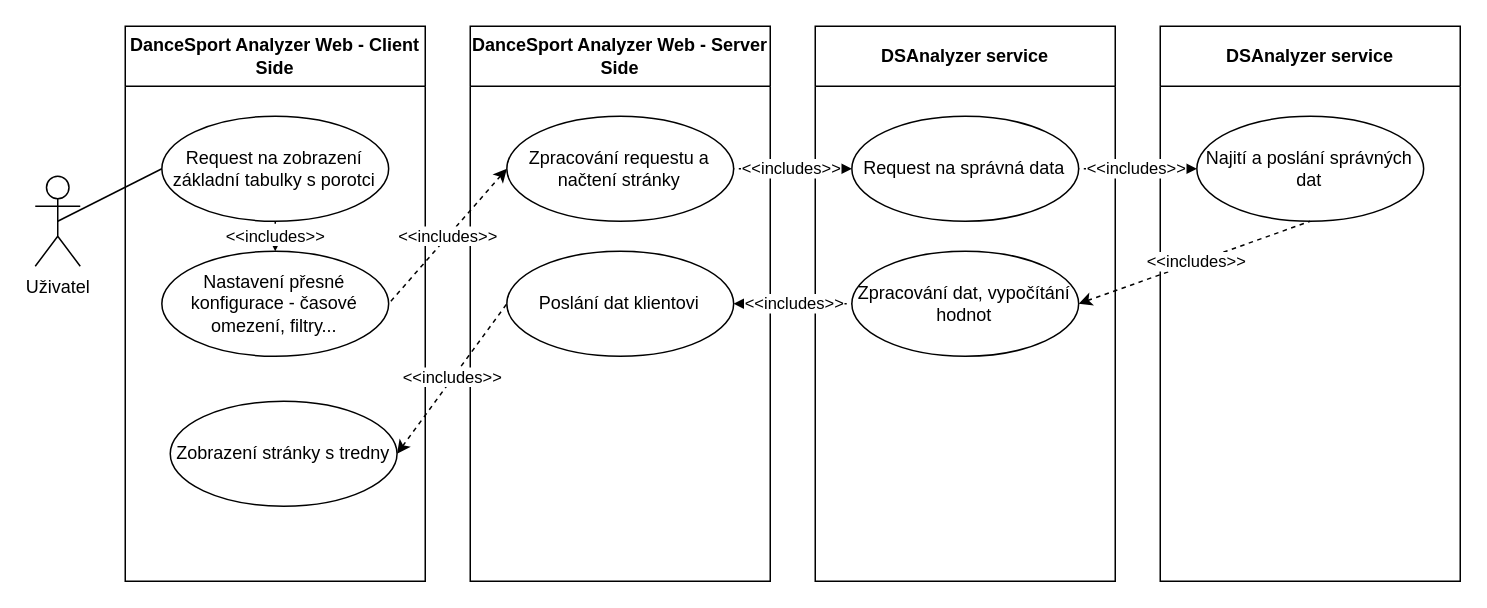
Earlier version of the draw.io diagram Zadání/Use Case Diagrams/Use case diagrams editable/Use case - přesné zadání hodnocení porotců.drawio (vhellmich/DSAnalyzer). Source tidied: cells renumbered, new cells numbered last; positions are measured from the earlier drawing's top-left corner, leaving out a move shared by most shapes. Both pictures are drawn from the tidied source at 150%, with x=0, y=0 at pixel (34, 26).
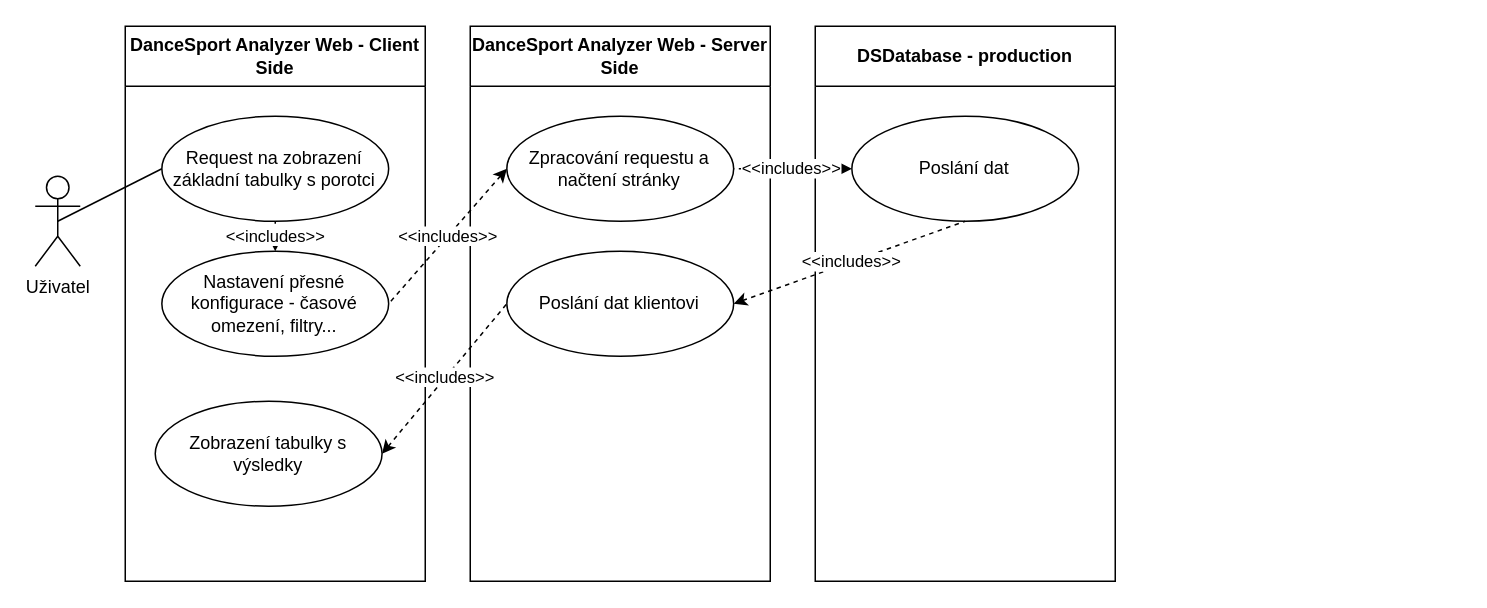
Above is the later version.

The change refers to these unchanged cells:
```xml
<mxCell id="3" value="DanceSport Analyzer Web - Client Side" style="swimlane;whiteSpace=wrap;html=1;startSize=40;" parent="1" vertex="1">
  <mxGeometry x="60" width="200" height="370" as="geometry" />
</mxCell>
<mxCell id="10" value="Poslání dat klientovi" style="ellipse;whiteSpace=wrap;html=1;" parent="8" vertex="1">
  <mxGeometry x="24.4" y="150" width="151.2" height="70" as="geometry" />
</mxCell>
```

Change to the diagram source:
```diff
@@
-    <mxCell id="5" value="Zobrazení stránky s tredny" style="ellipse;whiteSpace=wrap;html=1;" parent="3" vertex="1">
-      <mxGeometry x="30" y="250" width="151.2" height="70" as="geometry" />
+    <mxCell id="5" value="Zobrazení tabulky s výsledky" style="ellipse;whiteSpace=wrap;html=1;" parent="3" vertex="1">
+      <mxGeometry x="20" y="250" width="151.2" height="70" as="geometry" />
     </mxCell>
@@
-    <mxCell id="11" value="DSAnalyzer service" style="swimlane;whiteSpace=wrap;html=1;startSize=40;" parent="1" vertex="1">
+    <mxCell id="11" value="DSDatabase - production" style="swimlane;whiteSpace=wrap;html=1;startSize=40;" parent="1" vertex="1">
       <mxGeometry x="520" width="200" height="370" as="geometry" />
     </mxCell>
-    <mxCell id="12" value="Request na správná data" style="ellipse;whiteSpace=wrap;html=1;" parent="11" vertex="1">
+    <mxCell id="12" value="Poslání dat" style="ellipse;whiteSpace=wrap;html=1;" parent="11" vertex="1">
       <mxGeometry x="24.4" y="60" width="151.2" height="70" as="geometry" />
     </mxCell>
-    <mxCell id="13" value="Zpracování dat, vypočítání hodnot" style="ellipse;whiteSpace=wrap;html=1;" parent="11" vertex="1">
-      <mxGeometry x="24.4" y="150" width="151.2" height="70" as="geometry" />
-    </mxCell>
-    <mxCell id="14" value="DSAnalyzer service" style="swimlane;whiteSpace=wrap;html=1;startSize=40;" parent="1" vertex="1">
-      <mxGeometry x="750" width="200" height="370" as="geometry" />
-    </mxCell>
-    <mxCell id="15" value="Najití a poslání správných dat" style="ellipse;whiteSpace=wrap;html=1;" parent="14" vertex="1">
-      <mxGeometry x="24.4" y="60" width="151.2" height="70" as="geometry" />
-    </mxCell>
@@
-    <mxCell id="18" value="&amp;lt;&amp;lt;includes&amp;gt;&amp;gt;" style="endArrow=none;dashed=1;html=1;rounded=0;exitX=0;exitY=0.5;exitDx=0;exitDy=0;entryX=1;entryY=0.5;entryDx=0;entryDy=0;endFill=1;startFill=1;startArrow=classic;" parent="1" edge="1" source="15" target="12">
-      <mxGeometry x="0.01" relative="1" as="geometry" />
-    </mxCell>
-    <mxCell id="19" value="&amp;lt;&amp;lt;includes&amp;gt;&amp;gt;" style="endArrow=none;dashed=1;html=1;rounded=0;exitX=1;exitY=0.5;exitDx=0;exitDy=0;entryX=0.5;entryY=1;entryDx=0;entryDy=0;endFill=1;startFill=1;startArrow=classic;" parent="1" edge="1" source="13" target="15">
-      <mxGeometry x="0.01" relative="1" as="geometry" />
-    </mxCell>
-    <mxCell id="20" value="&amp;lt;&amp;lt;includes&amp;gt;&amp;gt;" style="endArrow=none;dashed=1;html=1;rounded=0;exitX=1;exitY=0.5;exitDx=0;exitDy=0;entryX=0;entryY=0.5;entryDx=0;entryDy=0;endFill=1;startFill=1;startArrow=classic;" parent="1" edge="1" source="10" target="13">
-      <mxGeometry x="0.01" relative="1" as="geometry" />
-    </mxCell>
@@
+    <mxCell id="19" value="&amp;lt;&amp;lt;includes&amp;gt;&amp;gt;" style="endArrow=none;dashed=1;html=1;rounded=0;exitX=1;exitY=0.5;exitDx=0;exitDy=0;entryX=0.5;entryY=1;entryDx=0;entryDy=0;endFill=1;startFill=1;startArrow=classic;" parent="1" edge="1" source="10" target="12">
+      <mxGeometry x="0.01" relative="1" as="geometry" />
+    </mxCell>
```
